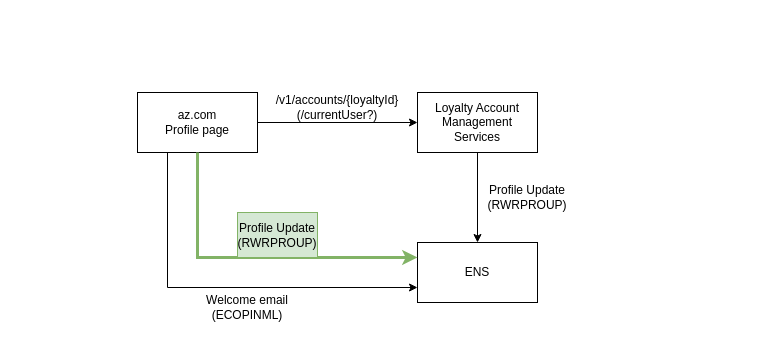
Before: Ecom profile update email flow.drawio in AarellanoH/draw_io, a draw.io diagram. Source tidied: cells renumbered, new cells numbered last; positions are measured from the earlier drawing's top-left corner, leaving out a move shared by most shapes. Both pictures are drawn from the tidied source at 100%, with x=0, y=0 at pixel (137, 92).
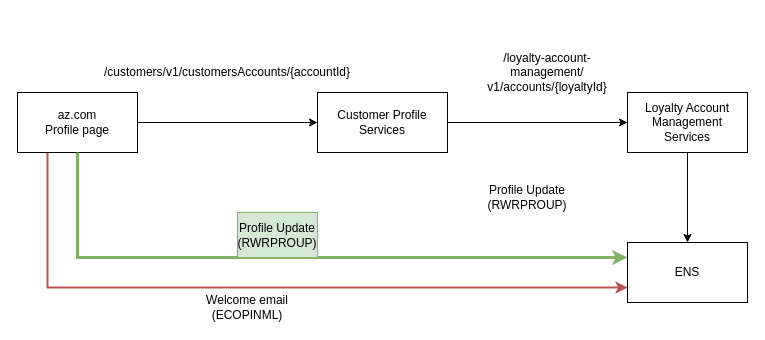
The same diagram, later.

The edit, as a diff of the source:
```diff
@@
 <mxGraphModel>
   <root>
     <mxCell id="0" />
     <mxCell id="1" parent="0" />
-    <mxCell id="2" style="edgeStyle=orthogonalEdgeStyle;rounded=0;jettySize=auto;html=1;entryX=0;entryY=0.5;entryDx=0;entryDy=0;" parent="1" edge="1" source="4" target="6">
-      <mxGeometry relative="1" as="geometry" />
-    </mxCell>
-    <mxCell id="3" style="edgeStyle=orthogonalEdgeStyle;rounded=0;jumpSize=9;jettySize=auto;html=1;exitX=0.25;exitY=1;exitDx=0;exitDy=0;entryX=0;entryY=0.75;entryDx=0;entryDy=0;strokeWidth=1;" parent="1" edge="1" source="4" target="8">
+    <mxCell id="3" style="edgeStyle=orthogonalEdgeStyle;rounded=0;jumpSize=9;jettySize=auto;html=1;exitX=0.25;exitY=1;exitDx=0;exitDy=0;entryX=0;entryY=0.75;entryDx=0;entryDy=0;strokeWidth=2;fillColor=#f8cecc;strokeColor=#b85450;" parent="1" edge="1" source="4" target="8">
       <mxGeometry relative="1" as="geometry" />
     </mxCell>
+    <mxCell id="13" style="edgeStyle=orthogonalEdgeStyle;rounded=0;jumpSize=9;jettySize=auto;html=1;entryX=0;entryY=0.5;entryDx=0;entryDy=0;strokeWidth=1;" parent="1" edge="1" source="4" target="15">
+      <mxGeometry relative="1" as="geometry" />
+    </mxCell>
     <mxCell id="4" value="az.com&lt;br&gt;Profile page" style="rounded=0;whiteSpace=wrap;html=1;" parent="1" vertex="1">
-      <mxGeometry width="120" height="60" as="geometry" />
+      <mxGeometry x="-120" width="120" height="60" as="geometry" />
     </mxCell>
     <mxCell id="5" style="edgeStyle=orthogonalEdgeStyle;rounded=0;jettySize=auto;html=1;exitX=0.5;exitY=1;exitDx=0;exitDy=0;" parent="1" edge="1" source="6" target="8">
       <mxGeometry relative="1" as="geometry" />
     </mxCell>
     <mxCell id="6" value="Loyalty Account Management Services" style="rounded=0;whiteSpace=wrap;html=1;" parent="1" vertex="1">
-      <mxGeometry x="280" width="120" height="60" as="geometry" />
+      <mxGeometry x="490" width="120" height="60" as="geometry" />
     </mxCell>
-    <mxCell id="7" value="/v1/accounts/{loyaltyId}&lt;br&gt;(/currentUser?)" style="text;html=1;strokeColor=none;fillColor=none;align=center;verticalAlign=middle;whiteSpace=wrap;rounded=0;" parent="1" vertex="1">
-      <mxGeometry x="130" width="140" height="30" as="geometry" />
+    <mxCell id="7" value="&lt;span dir=&quot;ltr&quot; class=&quot;ui-provider bpm bpn c d e f g h i j k l m n o p q r s t bpo bpp w x y z ab ac ae af ag ah ai aj ak&quot;&gt;/loyalty-account-management/&lt;/span&gt;v1/accounts/{loyaltyId}" style="text;html=1;strokeColor=none;fillColor=none;align=center;verticalAlign=middle;whiteSpace=wrap;rounded=0;" parent="1" vertex="1">
+      <mxGeometry x="340" y="-50" width="140" height="60" as="geometry" />
     </mxCell>
     <mxCell id="8" value="ENS" style="rounded=0;whiteSpace=wrap;html=1;" parent="1" vertex="1">
-      <mxGeometry x="280" y="150" width="120" height="60" as="geometry" />
+      <mxGeometry x="490" y="150" width="120" height="60" as="geometry" />
     </mxCell>
     <mxCell id="9" value="Profile Update&lt;br&gt;(RWRPROUP)" style="text;html=1;strokeColor=none;fillColor=none;align=center;verticalAlign=middle;whiteSpace=wrap;rounded=0;" parent="1" vertex="1">
       <mxGeometry x="360" y="90" width="60" height="30" as="geometry" />
     </mxCell>
     <mxCell id="10" style="endArrow=classic;html=1;rounded=0;exitX=0.5;exitY=1;exitDx=0;exitDy=0;entryX=0;entryY=0.25;entryDx=0;entryDy=0;fillColor=#d5e8d4;strokeColor=#82b366;jumpSize=8;strokeWidth=3;" parent="1" edge="1" source="4" target="8">
       <mxGeometry relative="1" as="geometry">
         <Array as="points">
+          <mxPoint x="-60" y="165" />
           <mxPoint x="60" y="165" />
         </Array>
       </mxGeometry>
     </mxCell>
     <mxCell id="11" value="Profile Update&lt;br&gt;(RWRPROUP)" style="text;html=1;strokeColor=#82b366;fillColor=#d5e8d4;align=center;verticalAlign=middle;whiteSpace=wrap;rounded=0;" parent="1" vertex="1">
       <mxGeometry x="100" y="120" width="80" height="45" as="geometry" />
     </mxCell>
     <mxCell id="12" value="Welcome email (ECOPINML)" style="text;html=1;strokeColor=none;fillColor=none;align=center;verticalAlign=middle;whiteSpace=wrap;rounded=0;" parent="1" vertex="1">
       <mxGeometry x="60" y="200" width="100" height="30" as="geometry" />
     </mxCell>
+    <mxCell id="14" style="edgeStyle=orthogonalEdgeStyle;rounded=0;jumpSize=9;jettySize=auto;html=1;strokeWidth=1;" parent="1" edge="1" source="15" target="6">
+      <mxGeometry relative="1" as="geometry" />
+    </mxCell>
+    <mxCell id="15" value="Customer Profile Services" style="rounded=0;whiteSpace=wrap;html=1;" parent="1" vertex="1">
+      <mxGeometry x="180" width="130" height="60" as="geometry" />
+    </mxCell>
+    <mxCell id="16" value="&lt;span dir=&quot;ltr&quot; class=&quot;ui-provider bpm bpn c d e f g h i j k l m n o p q r s t bpo bpp w x y z ab ac ae af ag ah ai aj ak&quot;&gt;/customers/v1/customersAccounts/{accountId}&lt;/span&gt;" style="text;html=1;strokeColor=none;fillColor=none;align=center;verticalAlign=middle;whiteSpace=wrap;rounded=0;" parent="1" vertex="1">
+      <mxGeometry x="20" y="-75" width="140" height="110" as="geometry" />
+    </mxCell>
   </root>
 </mxGraphModel>
```
